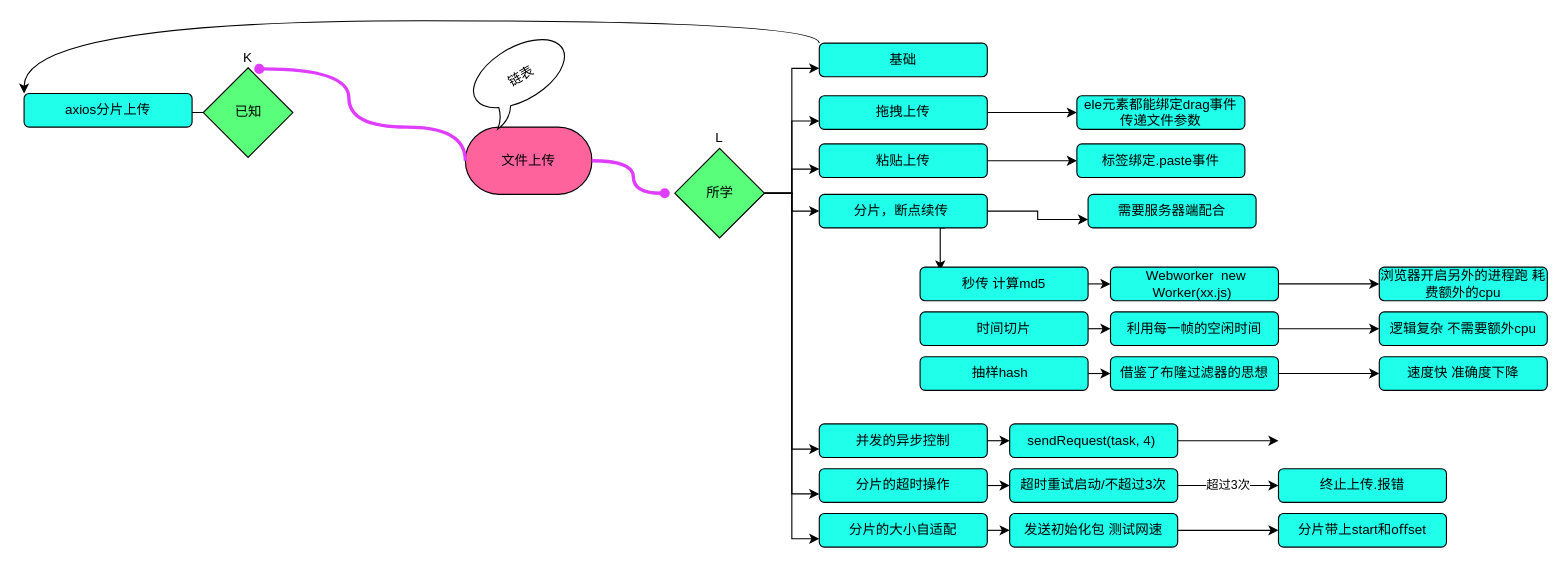
This is 未命名绘图.drawio from cool-delete/-, a draw.io file, before an edit. Source tidied: cells renumbered, new cells numbered last; positions are measured from the earlier drawing's top-left corner, leaving out a move shared by most shapes. Both pictures are drawn from the tidied source at 112%, with x=0, y=0 at pixel (24, 43).
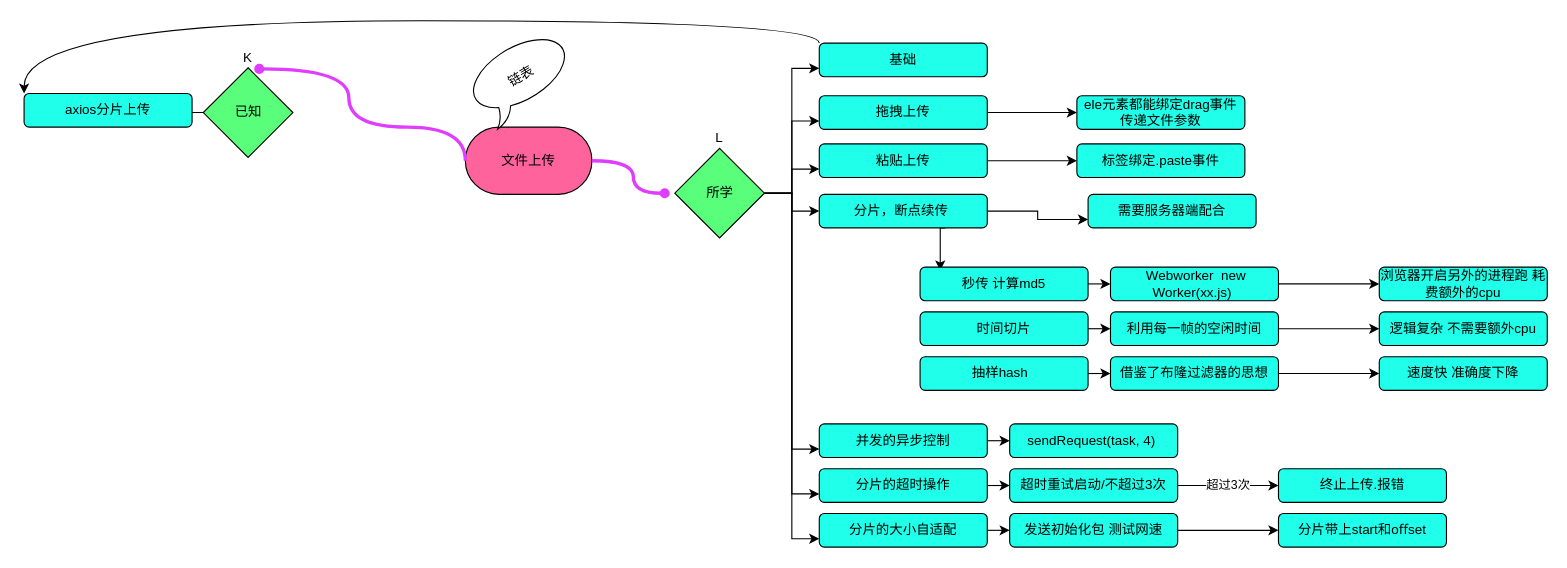
The same page after the edit.

Commit message:
修复画画错误

The change refers to these unchanged cells:
```xml
<mxCell id="44" value="&lt;span&gt;sendRequest(task, 4)&amp;nbsp;&lt;/span&gt;" style="rounded=1;whiteSpace=wrap;html=1;fillColor=#1FFFE9;" parent="1" vertex="1">
  <mxGeometry x="880" y="340" width="150" height="30" as="geometry" />
</mxCell>
```

What changed in the source:
```diff
@@
-    <mxCell id="43" style="edgeStyle=orthogonalEdgeStyle;rounded=0;jettySize=auto;html=1;" parent="1" edge="1" source="44">
-      <mxGeometry relative="1" as="geometry">
-        <mxPoint x="1120" y="355" as="targetPoint" />
-      </mxGeometry>
-    </mxCell>
```
